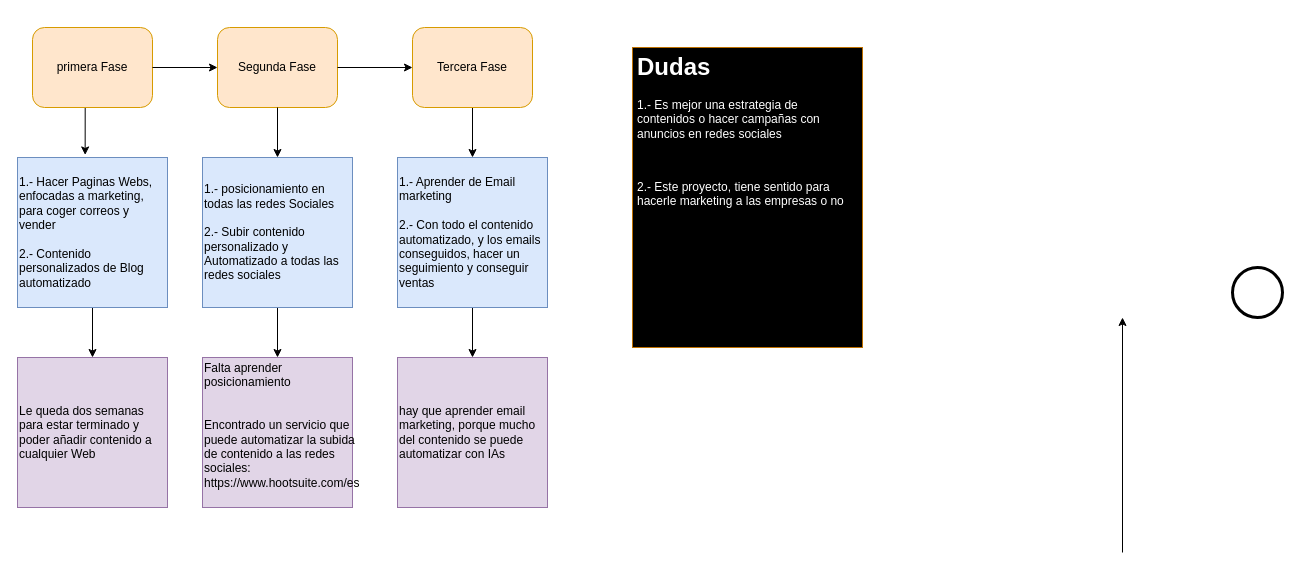
Before: Diagrama sin título.drawio in joelsct98/MisDiagramas, a draw.io diagram. Source tidied: cells renumbered, new cells numbered last; positions are measured from the earlier drawing's top-left corner, leaving out a move shared by most shapes. Both pictures are drawn from the tidied source at 100%, with x=0, y=0 at pixel (17, 27).
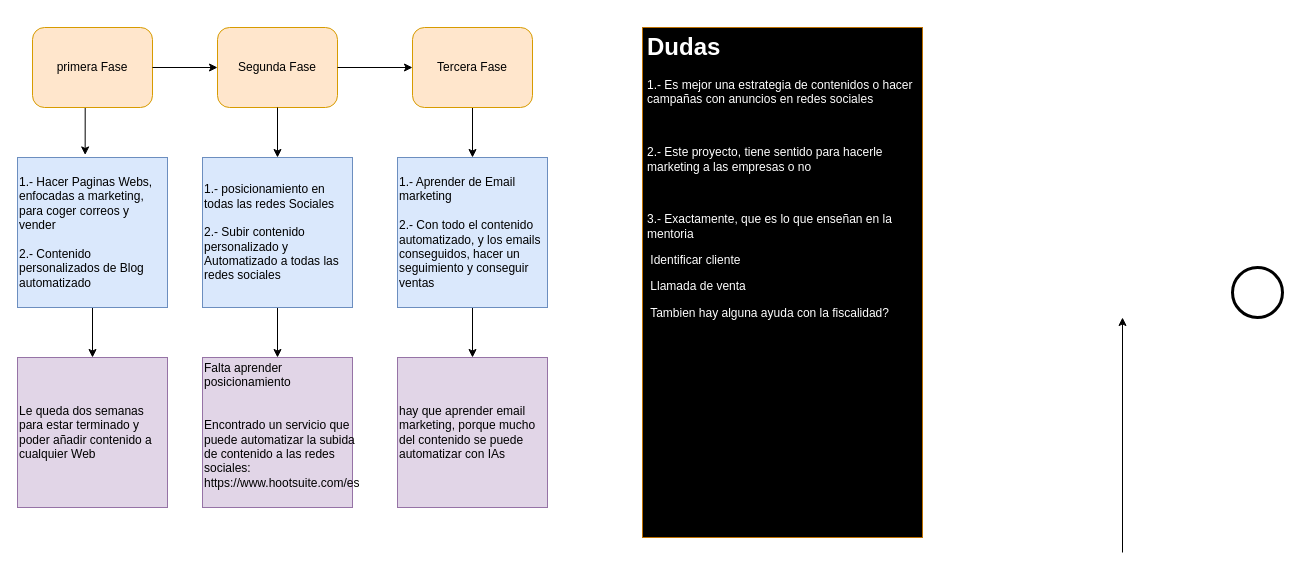
After the change.

What changed in the source:
```diff
@@
-    <mxCell id="21" value="&lt;h1&gt;Dudas&lt;/h1&gt;&lt;p&gt;1.- Es mejor una estrategia de contenidos o hacer campañas con anuncios en redes sociales&lt;/p&gt;&lt;p&gt;&lt;span style=&quot;background-color: initial;&quot;&gt;&lt;br&gt;&lt;/span&gt;&lt;/p&gt;&lt;p&gt;&lt;span style=&quot;background-color: initial;&quot;&gt;2.- Este proyecto, tiene sentido para hacerle marketing a las empresas o no&lt;/span&gt;&lt;br&gt;&lt;/p&gt;" style="text;html=1;strokeColor=#BD7000;fillColor=#000000;spacing=5;spacingTop=-20;whiteSpace=wrap;overflow=hidden;rounded=0;fontColor=#FFFFFF;" parent="1" vertex="1">
-      <mxGeometry x="615" y="20" width="230" height="300" as="geometry" />
+    <mxCell id="21" value="&lt;h1&gt;Dudas&lt;/h1&gt;&lt;p&gt;1.- Es mejor una estrategia de contenidos o hacer campañas con anuncios en redes sociales&lt;/p&gt;&lt;p&gt;&lt;span style=&quot;background-color: initial;&quot;&gt;&lt;br&gt;&lt;/span&gt;&lt;/p&gt;&lt;p&gt;&lt;span style=&quot;background-color: initial;&quot;&gt;2.- Este proyecto, tiene sentido para hacerle marketing a las empresas o no&lt;/span&gt;&lt;br&gt;&lt;/p&gt;&lt;p&gt;&lt;span style=&quot;background-color: initial;&quot;&gt;&lt;br&gt;&lt;/span&gt;&lt;/p&gt;&lt;p&gt;&lt;span style=&quot;background-color: initial;&quot;&gt;3.- Exactamente, que es lo que enseñan en la mentoria&lt;/span&gt;&lt;/p&gt;&lt;p&gt;&lt;span style=&quot;background-color: initial;&quot;&gt;&lt;span style=&quot;white-space: pre;&quot;&gt; &lt;/span&gt;Identificar cliente&lt;/span&gt;&lt;span style=&quot;background-color: initial;&quot;&gt;&amp;nbsp;&lt;/span&gt;&lt;/p&gt;&lt;p&gt;&lt;span style=&quot;background-color: initial;&quot;&gt;&lt;span style=&quot;white-space: pre;&quot;&gt; &lt;/span&gt;Llamada de venta&lt;/span&gt;&lt;/p&gt;&lt;p&gt;&lt;span style=&quot;background-color: initial;&quot;&gt;&lt;span style=&quot;white-space: pre;&quot;&gt;&lt;span style=&quot;white-space: pre;&quot;&gt; &lt;/span&gt;Tambien hay alguna ayuda con la fiscalidad? &lt;/span&gt;&lt;br&gt;&lt;/span&gt;&lt;/p&gt;&lt;p&gt;&lt;span style=&quot;background-color: initial;&quot;&gt;&lt;span style=&quot;white-space: pre;&quot;&gt; &lt;/span&gt;&lt;br&gt;&lt;/span&gt;&lt;/p&gt;" style="text;html=1;strokeColor=#BD7000;fillColor=#000000;spacing=5;spacingTop=-20;whiteSpace=wrap;overflow=hidden;rounded=0;fontColor=#FFFFFF;" parent="1" vertex="1">
+      <mxGeometry x="625" width="280" height="510" as="geometry" />
     </mxCell>
```
